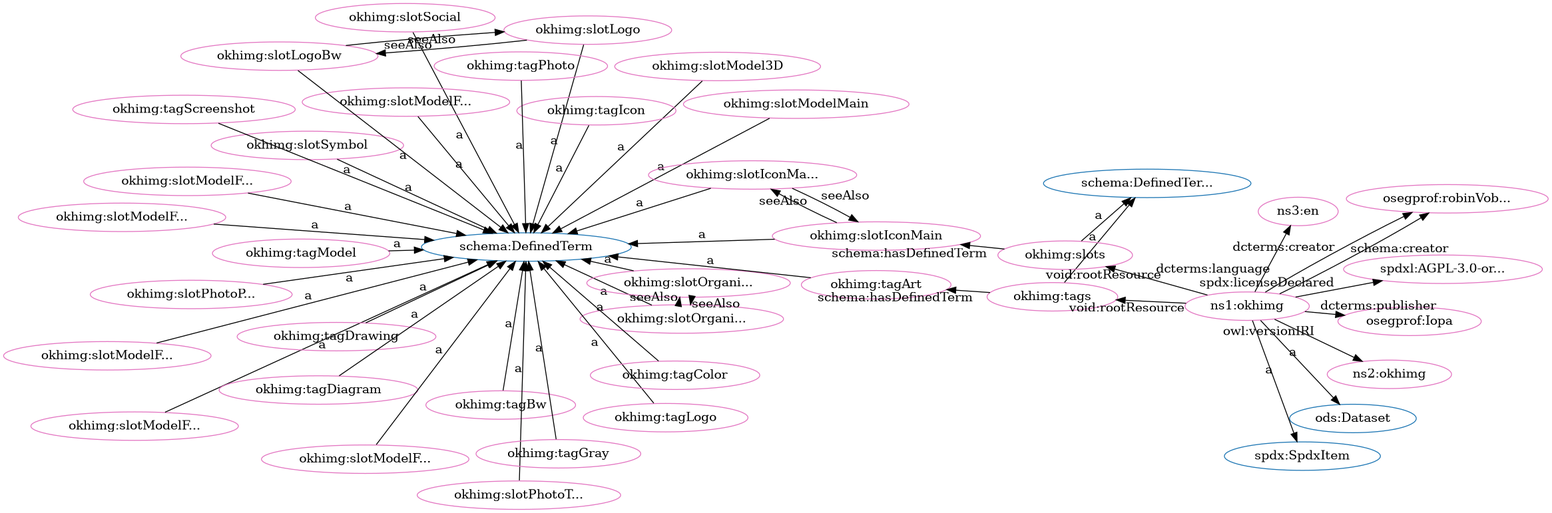
This is src/spec/fdp_okh-img.png from iop-alliance/OpenKnowHow, a Graphviz export, as it was before one commit. Its source is kept beside it as src/spec/fdp_okh-img.dot.
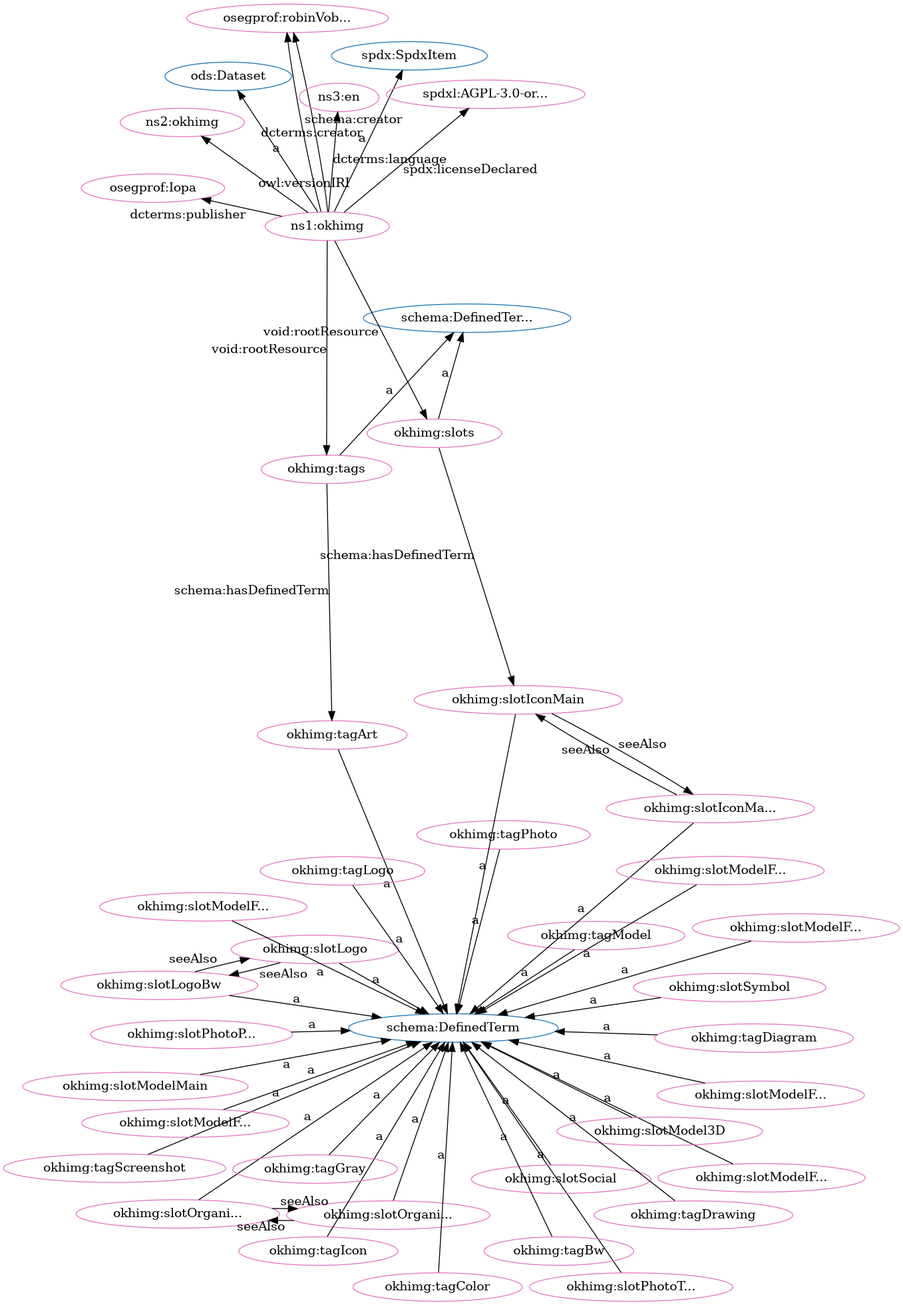
The same file after the commit.

What changed in the source:
```diff
@@ -1,94 +1,94 @@
 digraph G {
   rankdir=BT
   node[height=.3]
-"http://schema.org/DefinedTermSet" [fillcolor="#1f77b4" color="#1f77b4" label="schema:DefinedTer..."]
 "http://schema.org/DefinedTerm" [fillcolor="#1f77b4" color="#1f77b4" label="schema:DefinedTerm"]
 "http://spdx.org/rdf/terms#SpdxItem" [fillcolor="#1f77b4" color="#1f77b4" label="spdx:SpdxItem"]
+"http://schema.org/DefinedTermSet" [fillcolor="#1f77b4" color="#1f77b4" label="schema:DefinedTer..."]
 "http://w3id.org/oseg/ont/ods#Dataset" [fillcolor="#1f77b4" color="#1f77b4" label="ods:Dataset"]
+"http://w3id.org/oseg/ont/okhimg#slotModelFromFront" [fillcolor="#e377c2" color="#e377c2" label="okhimg:slotModelF..."]
+"http://w3id.org/oseg/ont/oseg-profiles#robinVobruba" [fillcolor="#e377c2" color="#e377c2" label="osegprof:robinVob..."]
+"http://w3id.org/oseg/ont/okhimg#slotOrganizationLogo" [fillcolor="#e377c2" color="#e377c2" label="okhimg:slotOrgani..."]
+"http://w3id.org/oseg/ont/okhimg#tagPhoto" [fillcolor="#e377c2" color="#e377c2" label="okhimg:tagPhoto"]
+"http://w3id.org/oseg/ont/okhimg#tagColor" [fillcolor="#e377c2" color="#e377c2" label="okhimg:tagColor"]
+"http://w3id.org/oseg/ont/okhimg#tagModel" [fillcolor="#e377c2" color="#e377c2" label="okhimg:tagModel"]
+"http://w3id.org/oseg/ont/okhimg#slotModel3D" [fillcolor="#e377c2" color="#e377c2" label="okhimg:slotModel3D"]
+"http://w3id.org/oseg/ont/okhimg" [fillcolor="#e377c2" color="#e377c2" label="ns1:okhimg"]
+"http://w3id.org/oseg/ont/okhimg#slotModelFromBack" [fillcolor="#e377c2" color="#e377c2" label="okhimg:slotModelF..."]
+"http://w3id.org/oseg/ont/okhimg#slots" [fillcolor="#e377c2" color="#e377c2" label="okhimg:slots"]
+"http://w3id.org/oseg/ont/okhimg#slotLogo" [fillcolor="#e377c2" color="#e377c2" label="okhimg:slotLogo"]
+"http://w3id.org/oseg/ont/okhimg#slotModelFromBelow" [fillcolor="#e377c2" color="#e377c2" label="okhimg:slotModelF..."]
+"http://w3id.org/oseg/ont/okhimg#slotIconMainBw" [fillcolor="#e377c2" color="#e377c2" label="okhimg:slotIconMa..."]
+"http://w3id.org/oseg/ont/okhimg#slotIconMain" [fillcolor="#e377c2" color="#e377c2" label="okhimg:slotIconMain"]
+"http://w3id.org/oseg/ont/okhimg#slotModelFromRight" [fillcolor="#e377c2" color="#e377c2" label="okhimg:slotModelF..."]
+"http://w3id.org/oseg/ont/okhimg#slotSymbol" [fillcolor="#e377c2" color="#e377c2" label="okhimg:slotSymbol"]
+"http://w3id.org/oseg/ont/okhimg#slotPhotoThingMain" [fillcolor="#e377c2" color="#e377c2" label="okhimg:slotPhotoT..."]
+"http://w3id.org/oseg/ont/okhimg#tagIcon" [fillcolor="#e377c2" color="#e377c2" label="okhimg:tagIcon"]
+"http://w3id.org/oseg/ont/okhimg#tagDiagram" [fillcolor="#e377c2" color="#e377c2" label="okhimg:tagDiagram"]
+"http://w3id.org/oseg/ont/okhimg#tagArt" [fillcolor="#e377c2" color="#e377c2" label="okhimg:tagArt"]
 "http://w3id.org/oseg/ont/okhimg#slotSocial" [fillcolor="#e377c2" color="#e377c2" label="okhimg:slotSocial"]
+"http://w3id.org/oseg/ont/okhimg#slotLogoBw" [fillcolor="#e377c2" color="#e377c2" label="okhimg:slotLogoBw"]
 "http://w3id.org/oseg/ont/okhimg#tags" [fillcolor="#e377c2" color="#e377c2" label="okhimg:tags"]
+"http://w3id.org/oseg/ont/oseg-profiles#Iopa" [fillcolor="#e377c2" color="#e377c2" label="osegprof:Iopa"]
+"http://w3id.org/oseg/ont/okhimg#tagGray" [fillcolor="#e377c2" color="#e377c2" label="okhimg:tagGray"]
+"http://w3id.org/oseg/ont/okhimg#tagScreenshot" [fillcolor="#e377c2" color="#e377c2" label="okhimg:tagScreenshot"]
+"http://w3id.org/oseg/ont/0.1.0/okhimg" [fillcolor="#e377c2" color="#e377c2" label="ns2:okhimg"]
+"http://id.loc.gov/vocabulary/iso639-1/en" [fillcolor="#e377c2" color="#e377c2" label="ns3:en"]
+"http://w3id.org/oseg/ont/okhimg#slotModelFromLeft" [fillcolor="#e377c2" color="#e377c2" label="okhimg:slotModelF..."]
 "http://w3id.org/oseg/ont/okhimg#slotModelMain" [fillcolor="#e377c2" color="#e377c2" label="okhimg:slotModelMain"]
-"http://w3id.org/oseg/ont/okhimg#slotIconMain" [fillcolor="#e377c2" color="#e377c2" label="okhimg:slotIconMain"]
-"http://w3id.org/oseg/ont/okhimg#slotModel3D" [fillcolor="#e377c2" color="#e377c2" label="okhimg:slotModel3D"]
-"http://w3id.org/oseg/ont/okhimg#slotModelFromRight" [fillcolor="#e377c2" color="#e377c2" label="okhimg:slotModelF..."]
+"http://w3id.org/oseg/ont/okhimg#slotPhotoPackaging" [fillcolor="#e377c2" color="#e377c2" label="okhimg:slotPhotoP..."]
 "http://w3id.org/oseg/ont/okhimg#tagBw" [fillcolor="#e377c2" color="#e377c2" label="okhimg:tagBw"]
-"http://w3id.org/oseg/ont/oseg-profiles#robinVobruba" [fillcolor="#e377c2" color="#e377c2" label="osegprof:robinVob..."]
-"http://w3id.org/oseg/ont/okhimg#slotModelFromFront" [fillcolor="#e377c2" color="#e377c2" label="okhimg:slotModelF..."]
 "http://w3id.org/oseg/ont/okhimg#slotOrganizationLogoBw" [fillcolor="#e377c2" color="#e377c2" label="okhimg:slotOrgani..."]
-"http://w3id.org/oseg/ont/okhimg" [fillcolor="#e377c2" color="#e377c2" label="ns1:okhimg"]
 "http://spdx.org/licenses/AGPL-3.0-or-later" [fillcolor="#e377c2" color="#e377c2" label="spdxl:AGPL-3.0-or..."]
+"http://w3id.org/oseg/ont/okhimg#slotModelFromAbove" [fillcolor="#e377c2" color="#e377c2" label="okhimg:slotModelF..."]
 "http://w3id.org/oseg/ont/okhimg#tagDrawing" [fillcolor="#e377c2" color="#e377c2" label="okhimg:tagDrawing"]
-"http://w3id.org/oseg/ont/okhimg#slotModelFromAbove" [fillcolor="#e377c2" color="#e377c2" label="okhimg:slotModelF..."]
-"http://w3id.org/oseg/ont/okhimg#slotIconMainBw" [fillcolor="#e377c2" color="#e377c2" label="okhimg:slotIconMa..."]
-"http://w3id.org/oseg/ont/okhimg#slotPhotoThingMain" [fillcolor="#e377c2" color="#e377c2" label="okhimg:slotPhotoT..."]
-"http://w3id.org/oseg/ont/okhimg#tagArt" [fillcolor="#e377c2" color="#e377c2" label="okhimg:tagArt"]
-"http://w3id.org/oseg/ont/okhimg#slotLogo" [fillcolor="#e377c2" color="#e377c2" label="okhimg:slotLogo"]
-"http://w3id.org/oseg/ont/okhimg#slotOrganizationLogo" [fillcolor="#e377c2" color="#e377c2" label="okhimg:slotOrgani..."]
-"http://w3id.org/oseg/ont/0.1.0/okhimg" [fillcolor="#e377c2" color="#e377c2" label="ns2:okhimg"]
-"http://w3id.org/oseg/ont/okhimg#tagGray" [fillcolor="#e377c2" color="#e377c2" label="okhimg:tagGray"]
-"http://w3id.org/oseg/ont/okhimg#slotSymbol" [fillcolor="#e377c2" color="#e377c2" label="okhimg:slotSymbol"]
-"http://w3id.org/oseg/ont/okhimg#slotModelFromBack" [fillcolor="#e377c2" color="#e377c2" label="okhimg:slotModelF..."]
-"http://w3id.org/oseg/ont/okhimg#slotPhotoPackaging" [fillcolor="#e377c2" color="#e377c2" label="okhimg:slotPhotoP..."]
-"http://id.loc.gov/vocabulary/iso639-1/en" [fillcolor="#e377c2" color="#e377c2" label="ns3:en"]
-"http://w3id.org/oseg/ont/okhimg#slots" [fillcolor="#e377c2" color="#e377c2" label="okhimg:slots"]
-"http://w3id.org/oseg/ont/okhimg#slotModelFromBelow" [fillcolor="#e377c2" color="#e377c2" label="okhimg:slotModelF..."]
-"http://w3id.org/oseg/ont/okhimg#slotLogoBw" [fillcolor="#e377c2" color="#e377c2" label="okhimg:slotLogoBw"]
 "http://w3id.org/oseg/ont/okhimg#tagLogo" [fillcolor="#e377c2" color="#e377c2" label="okhimg:tagLogo"]
-"http://w3id.org/oseg/ont/okhimg#tagIcon" [fillcolor="#e377c2" color="#e377c2" label="okhimg:tagIcon"]
-"http://w3id.org/oseg/ont/okhimg#tagScreenshot" [fillcolor="#e377c2" color="#e377c2" label="okhimg:tagScreenshot"]
-"http://w3id.org/oseg/ont/oseg-profiles#Iopa" [fillcolor="#e377c2" color="#e377c2" label="osegprof:Iopa"]
-"http://w3id.org/oseg/ont/okhimg#tagPhoto" [fillcolor="#e377c2" color="#e377c2" label="okhimg:tagPhoto"]
-"http://w3id.org/oseg/ont/okhimg#tagModel" [fillcolor="#e377c2" color="#e377c2" label="okhimg:tagModel"]
-"http://w3id.org/oseg/ont/okhimg#tagDiagram" [fillcolor="#e377c2" color="#e377c2" label="okhimg:tagDiagram"]
-"http://w3id.org/oseg/ont/okhimg#slotModelFromLeft" [fillcolor="#e377c2" color="#e377c2" label="okhimg:slotModelF..."]
-"http://w3id.org/oseg/ont/okhimg#tagColor" [fillcolor="#e377c2" color="#e377c2" label="okhimg:tagColor"]
-  "http://w3id.org/oseg/ont/okhimg#slotSocial" -> "http://schema.org/DefinedTerm" [label="a"]
-  "http://w3id.org/oseg/ont/okhimg#tags" -> "http://schema.org/DefinedTermSet" [label="a"]
-  "http://w3id.org/oseg/ont/okhimg#slotModelMain" -> "http://schema.org/DefinedTerm" [label="a"]
-  "http://w3id.org/oseg/ont/okhimg#slotIconMain" -> "http://schema.org/DefinedTerm" [label="a"]
+  "http://w3id.org/oseg/ont/okhimg#slotModelFromFront" -> "http://schema.org/DefinedTerm" [label="a"]
+  "http://w3id.org/oseg/ont/okhimg" -> "http://w3id.org/oseg/ont/oseg-profiles#robinVobruba" [label="schema:creator"]
+  "http://w3id.org/oseg/ont/okhimg#slotOrganizationLogo" -> "http://schema.org/DefinedTerm" [label="a"]
+  "http://w3id.org/oseg/ont/okhimg#tagPhoto" -> "http://schema.org/DefinedTerm" [label="a"]
+  "http://w3id.org/oseg/ont/okhimg#tagModel" -> "http://schema.org/DefinedTerm" [label="a"]
+  "http://w3id.org/oseg/ont/okhimg#tagColor" -> "http://schema.org/DefinedTerm" [label="a"]
   "http://w3id.org/oseg/ont/okhimg#slotModel3D" -> "http://schema.org/DefinedTerm" [label="a"]
-  "http://w3id.org/oseg/ont/okhimg#slotModelFromRight" -> "http://schema.org/DefinedTerm" [label="a"]
-  "http://w3id.org/oseg/ont/okhimg#tagBw" -> "http://schema.org/DefinedTerm" [label="a"]
-  "http://w3id.org/oseg/ont/okhimg" -> "http://w3id.org/oseg/ont/oseg-profiles#robinVobruba" [label="dcterms:creator"]
-  "http://w3id.org/oseg/ont/okhimg#slotModelFromFront" -> "http://schema.org/DefinedTerm" [label="a"]
-  "http://w3id.org/oseg/ont/okhimg#slotOrganizationLogo" -> "http://w3id.org/oseg/ont/okhimg#slotOrganizationLogoBw" [label="seeAlso"]
-  "http://w3id.org/oseg/ont/okhimg" -> "http://w3id.org/oseg/ont/ods#Dataset" [label="a"]
-  "http://w3id.org/oseg/ont/okhimg" -> "http://spdx.org/licenses/AGPL-3.0-or-later" [label="spdx:licenseDeclared"]
-  "http://w3id.org/oseg/ont/okhimg#tagDrawing" -> "http://schema.org/DefinedTerm" [label="a"]
-  "http://w3id.org/oseg/ont/okhimg#slotModelFromAbove" -> "http://schema.org/DefinedTerm" [label="a"]
-  "http://w3id.org/oseg/ont/okhimg#slotIconMain" -> "http://w3id.org/oseg/ont/okhimg#slotIconMainBw" [label="seeAlso"]
-  "http://w3id.org/oseg/ont/okhimg#slotPhotoThingMain" -> "http://schema.org/DefinedTerm" [label="a"]
+  "http://w3id.org/oseg/ont/okhimg" -> "http://spdx.org/rdf/terms#SpdxItem" [label="a"]
+  "http://w3id.org/oseg/ont/okhimg#slotModelFromBack" -> "http://schema.org/DefinedTerm" [label="a"]
+  "http://w3id.org/oseg/ont/okhimg" -> "http://w3id.org/oseg/ont/okhimg#slots" [label="void:rootResource"]
+  "http://w3id.org/oseg/ont/okhimg#slotLogo" -> "http://schema.org/DefinedTerm" [label="a"]
+  "http://w3id.org/oseg/ont/okhimg#slotModelFromBelow" -> "http://schema.org/DefinedTerm" [label="a"]
   "http://w3id.org/oseg/ont/okhimg#slotIconMainBw" -> "http://schema.org/DefinedTerm" [label="a"]
   "http://w3id.org/oseg/ont/okhimg#slotIconMainBw" -> "http://w3id.org/oseg/ont/okhimg#slotIconMain" [label="seeAlso"]
+  "http://w3id.org/oseg/ont/okhimg#slotModelFromRight" -> "http://schema.org/DefinedTerm" [label="a"]
+  "http://w3id.org/oseg/ont/okhimg#slotSymbol" -> "http://schema.org/DefinedTerm" [label="a"]
+  "http://w3id.org/oseg/ont/okhimg#slotPhotoThingMain" -> "http://schema.org/DefinedTerm" [label="a"]
+  "http://w3id.org/oseg/ont/okhimg#tagIcon" -> "http://schema.org/DefinedTerm" [label="a"]
+  "http://w3id.org/oseg/ont/okhimg#tagDiagram" -> "http://schema.org/DefinedTerm" [label="a"]
+  "http://w3id.org/oseg/ont/okhimg#tagArt" -> "http://schema.org/DefinedTerm" [label="a"]
+  "http://w3id.org/oseg/ont/okhimg#slotIconMain" -> "http://schema.org/DefinedTerm" [label="a"]
   "http://w3id.org/oseg/ont/okhimg#tags" -> "http://w3id.org/oseg/ont/okhimg#tagArt" [label="schema:hasDefinedTerm"]
+  "http://w3id.org/oseg/ont/okhimg" -> "http://w3id.org/oseg/ont/ods#Dataset" [label="a"]
+  "http://w3id.org/oseg/ont/okhimg#slotSocial" -> "http://schema.org/DefinedTerm" [label="a"]
+  "http://w3id.org/oseg/ont/okhimg#slotLogoBw" -> "http://schema.org/DefinedTerm" [label="a"]
+  "http://w3id.org/oseg/ont/okhimg" -> "http://w3id.org/oseg/ont/oseg-profiles#robinVobruba" [label="dcterms:creator"]
+  "http://w3id.org/oseg/ont/okhimg#tags" -> "http://schema.org/DefinedTermSet" [label="a"]
+  "http://w3id.org/oseg/ont/okhimg" -> "http://w3id.org/oseg/ont/okhimg#tags" [label="void:rootResource"]
+  "http://w3id.org/oseg/ont/okhimg" -> "http://w3id.org/oseg/ont/oseg-profiles#Iopa" [label="dcterms:publisher"]
   "http://w3id.org/oseg/ont/okhimg#slotLogoBw" -> "http://w3id.org/oseg/ont/okhimg#slotLogo" [label="seeAlso"]
+  "http://w3id.org/oseg/ont/okhimg#tagGray" -> "http://schema.org/DefinedTerm" [label="a"]
+  "http://w3id.org/oseg/ont/okhimg#tagScreenshot" -> "http://schema.org/DefinedTerm" [label="a"]
+  "http://w3id.org/oseg/ont/okhimg" -> "http://w3id.org/oseg/ont/0.1.0/okhimg" [label="owl:versionIRI"]
+  "http://w3id.org/oseg/ont/okhimg" -> "http://id.loc.gov/vocabulary/iso639-1/en" [label="dcterms:language"]
+  "http://w3id.org/oseg/ont/okhimg#slotModelFromLeft" -> "http://schema.org/DefinedTerm" [label="a"]
+  "http://w3id.org/oseg/ont/okhimg#slotModelMain" -> "http://schema.org/DefinedTerm" [label="a"]
+  "http://w3id.org/oseg/ont/okhimg#slotOrganizationLogoBw" -> "http://w3id.org/oseg/ont/okhimg#slotOrganizationLogo" [label="seeAlso"]
+  "http://w3id.org/oseg/ont/okhimg#slotPhotoPackaging" -> "http://schema.org/DefinedTerm" [label="a"]
+  "http://w3id.org/oseg/ont/okhimg#tagBw" -> "http://schema.org/DefinedTerm" [label="a"]
   "http://w3id.org/oseg/ont/okhimg#slotOrganizationLogoBw" -> "http://schema.org/DefinedTerm" [label="a"]
-  "http://w3id.org/oseg/ont/okhimg#slotOrganizationLogo" -> "http://schema.org/DefinedTerm" [label="a"]
-  "http://w3id.org/oseg/ont/okhimg#slotLogo" -> "http://schema.org/DefinedTerm" [label="a"]
-  "http://w3id.org/oseg/ont/okhimg" -> "http://w3id.org/oseg/ont/0.1.0/okhimg" [label="owl:versionIRI"]
-  "http://w3id.org/oseg/ont/okhimg#tagArt" -> "http://schema.org/DefinedTerm" [label="a"]
-  "http://w3id.org/oseg/ont/okhimg#tagGray" -> "http://schema.org/DefinedTerm" [label="a"]
-  "http://w3id.org/oseg/ont/okhimg#slotSymbol" -> "http://schema.org/DefinedTerm" [label="a"]
-  "http://w3id.org/oseg/ont/okhimg" -> "http://spdx.org/rdf/terms#SpdxItem" [label="a"]
-  "http://w3id.org/oseg/ont/okhimg#slotModelFromBack" -> "http://schema.org/DefinedTerm" [label="a"]
-  "http://w3id.org/oseg/ont/okhimg#slotPhotoPackaging" -> "http://schema.org/DefinedTerm" [label="a"]
-  "http://w3id.org/oseg/ont/okhimg" -> "http://id.loc.gov/vocabulary/iso639-1/en" [label="dcterms:language"]
-  "http://w3id.org/oseg/ont/okhimg" -> "http://w3id.org/oseg/ont/okhimg#slots" [label="void:rootResource"]
-  "http://w3id.org/oseg/ont/okhimg" -> "http://w3id.org/oseg/ont/okhimg#tags" [label="void:rootResource"]
-  "http://w3id.org/oseg/ont/okhimg#slotModelFromBelow" -> "http://schema.org/DefinedTerm" [label="a"]
-  "http://w3id.org/oseg/ont/okhimg#slotLogoBw" -> "http://schema.org/DefinedTerm" [label="a"]
+  "http://w3id.org/oseg/ont/okhimg" -> "http://spdx.org/licenses/AGPL-3.0-or-later" [label="spdx:licenseDeclared"]
+  "http://w3id.org/oseg/ont/okhimg#slotLogo" -> "http://w3id.org/oseg/ont/okhimg#slotLogoBw" [label="seeAlso"]
+  "http://w3id.org/oseg/ont/okhimg#slotOrganizationLogo" -> "http://w3id.org/oseg/ont/okhimg#slotOrganizationLogoBw" [label="seeAlso"]
+  "http://w3id.org/oseg/ont/okhimg#slotModelFromAbove" -> "http://schema.org/DefinedTerm" [label="a"]
+  "http://w3id.org/oseg/ont/okhimg#slots" -> "http://w3id.org/oseg/ont/okhimg#slotIconMain" [label="schema:hasDefinedTerm"]
+  "http://w3id.org/oseg/ont/okhimg#tagDrawing" -> "http://schema.org/DefinedTerm" [label="a"]
   "http://w3id.org/oseg/ont/okhimg#slots" -> "http://schema.org/DefinedTermSet" [label="a"]
   "http://w3id.org/oseg/ont/okhimg#tagLogo" -> "http://schema.org/DefinedTerm" [label="a"]
-  "http://w3id.org/oseg/ont/okhimg#tagIcon" -> "http://schema.org/DefinedTerm" [label="a"]
-  "http://w3id.org/oseg/ont/okhimg#slotOrganizationLogoBw" -> "http://w3id.org/oseg/ont/okhimg#slotOrganizationLogo" [label="seeAlso"]
-  "http://w3id.org/oseg/ont/okhimg#tagScreenshot" -> "http://schema.org/DefinedTerm" [label="a"]
-  "http://w3id.org/oseg/ont/okhimg" -> "http://w3id.org/oseg/ont/oseg-profiles#robinVobruba" [label="schema:creator"]
-  "http://w3id.org/oseg/ont/okhimg#slotLogo" -> "http://w3id.org/oseg/ont/okhimg#slotLogoBw" [label="seeAlso"]
-  "http://w3id.org/oseg/ont/okhimg" -> "http://w3id.org/oseg/ont/oseg-profiles#Iopa" [label="dcterms:publisher"]
-  "http://w3id.org/oseg/ont/okhimg#tagPhoto" -> "http://schema.org/DefinedTerm" [label="a"]
-  "http://w3id.org/oseg/ont/okhimg#slots" -> "http://w3id.org/oseg/ont/okhimg#slotIconMain" [label="schema:hasDefinedTerm"]
-  "http://w3id.org/oseg/ont/okhimg#tagModel" -> "http://schema.org/DefinedTerm" [label="a"]
-  "http://w3id.org/oseg/ont/okhimg#tagDiagram" -> "http://schema.org/DefinedTerm" [label="a"]
-  "http://w3id.org/oseg/ont/okhimg#slotModelFromLeft" -> "http://schema.org/DefinedTerm" [label="a"]
-  "http://w3id.org/oseg/ont/okhimg#tagColor" -> "http://schema.org/DefinedTerm" [label="a"]
+  "http://w3id.org/oseg/ont/okhimg#slotIconMain" -> "http://w3id.org/oseg/ont/okhimg#slotIconMainBw" [label="seeAlso"]
 }
```
